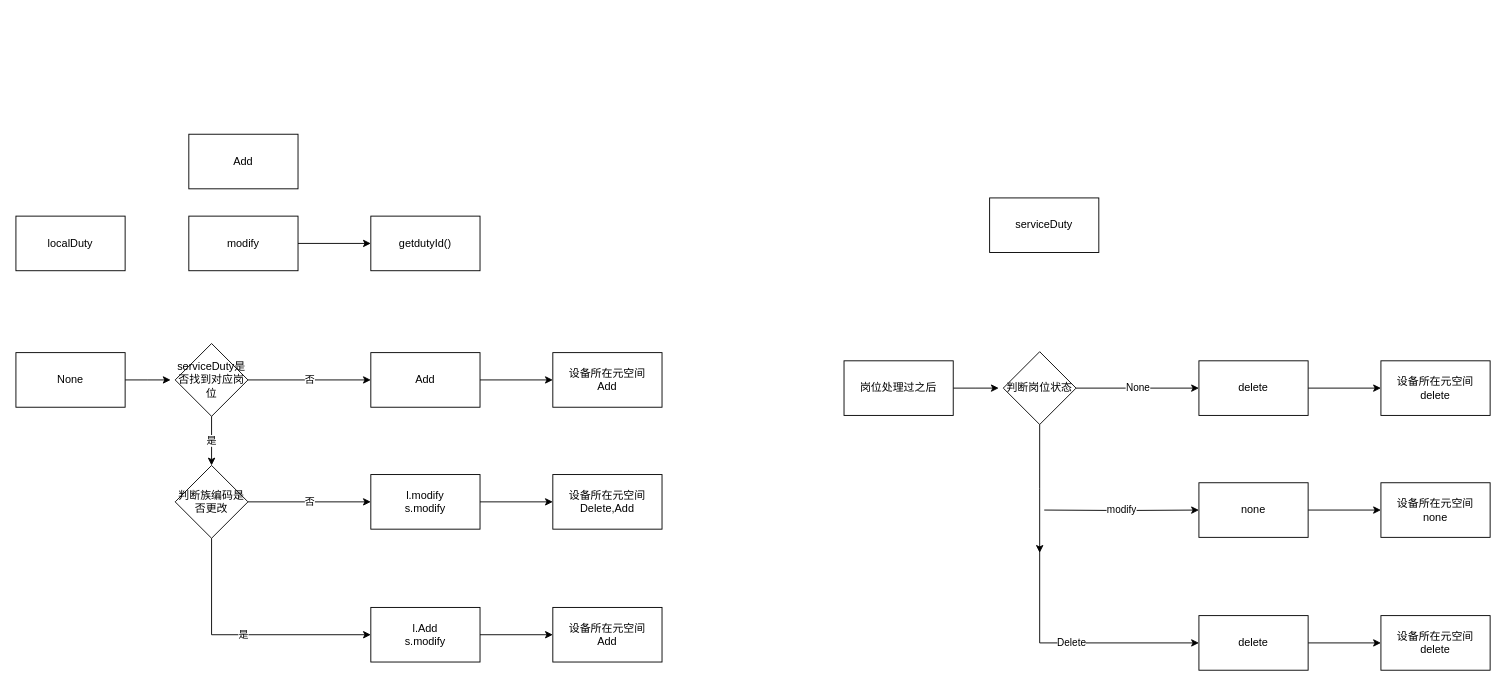
Earlier version of the draw.io diagram page "upload.dutySync" (2 of 2) of Untitled Diagram.drawio (garrett514/saga.revit). Source tidied: cells renumbered, new cells numbered last; positions are measured from the earlier drawing's top-left corner, leaving out a move shared by most shapes. Both pictures are drawn from the tidied source at 91%, with x=0, y=0 at pixel (15, 134).
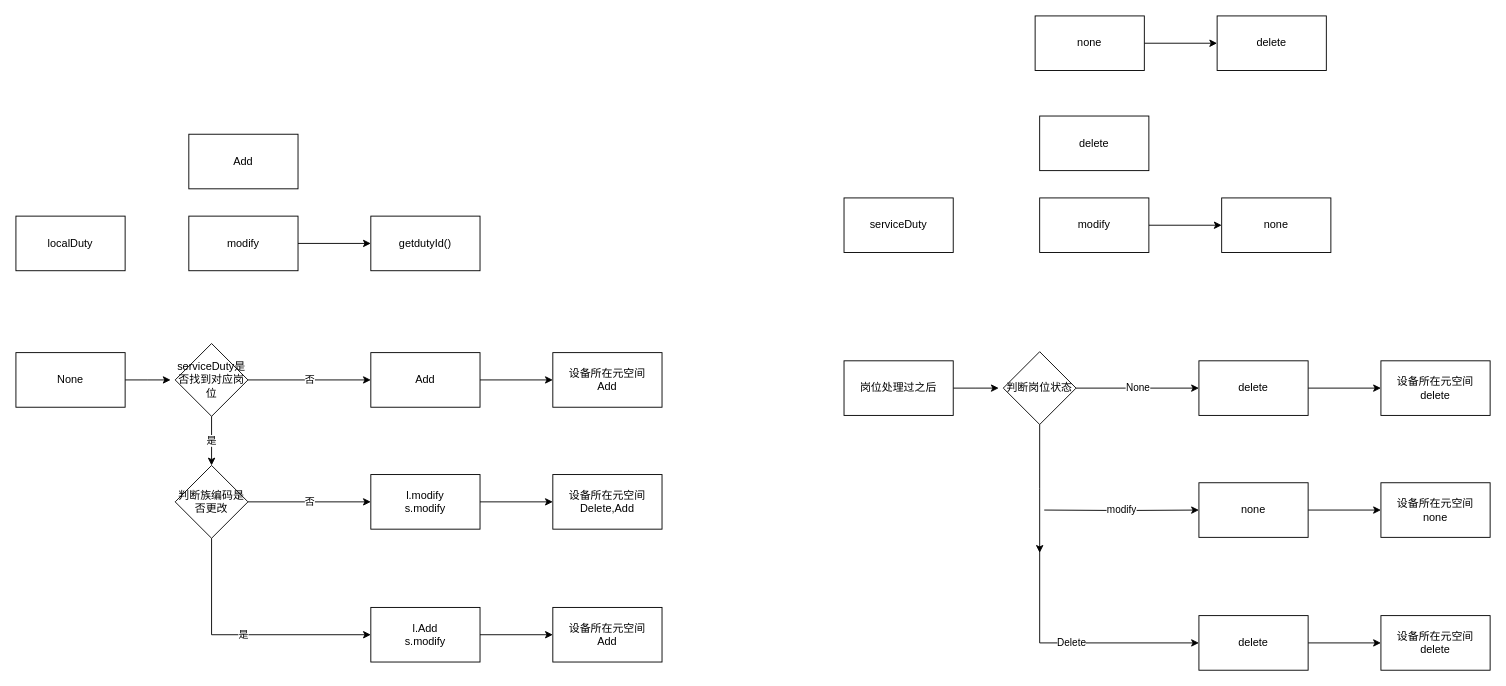
The same page after the edit.

Change to the diagram source:
```diff
@@
     <mxCell id="12" value="serviceDuty" style="rounded=0;whiteSpace=wrap;html=1;" parent="1" vertex="1">
-      <mxGeometry x="1070" y="70" width="120" height="60" as="geometry" />
+      <mxGeometry x="910" y="70" width="120" height="60" as="geometry" />
     </mxCell>
@@
+    <mxCell id="41" style="edgeStyle=orthogonalEdgeStyle;rounded=0;jettySize=auto;html=1;" parent="1" edge="1" source="42" target="43">
+      <mxGeometry relative="1" as="geometry" />
+    </mxCell>
+    <mxCell id="42" value="modify" style="rounded=0;whiteSpace=wrap;html=1;" parent="1" vertex="1">
+      <mxGeometry x="1125" y="70" width="120" height="60" as="geometry" />
+    </mxCell>
+    <mxCell id="43" value="none" style="rounded=0;whiteSpace=wrap;html=1;" parent="1" vertex="1">
+      <mxGeometry x="1325" y="70" width="120" height="60" as="geometry" />
+    </mxCell>
+    <mxCell id="44" value="delete" style="rounded=0;whiteSpace=wrap;html=1;" parent="1" vertex="1">
+      <mxGeometry x="1125" y="-20" width="120" height="60" as="geometry" />
+    </mxCell>
+    <mxCell id="45" style="edgeStyle=orthogonalEdgeStyle;rounded=0;jettySize=auto;html=1;" parent="1" edge="1" source="46" target="47">
+      <mxGeometry relative="1" as="geometry" />
+    </mxCell>
+    <mxCell id="46" value="none" style="rounded=0;whiteSpace=wrap;html=1;" parent="1" vertex="1">
+      <mxGeometry x="1120" y="-130" width="120" height="60" as="geometry" />
+    </mxCell>
+    <mxCell id="47" value="delete" style="rounded=0;whiteSpace=wrap;html=1;" parent="1" vertex="1">
+      <mxGeometry x="1320" y="-130" width="120" height="60" as="geometry" />
+    </mxCell>
```
